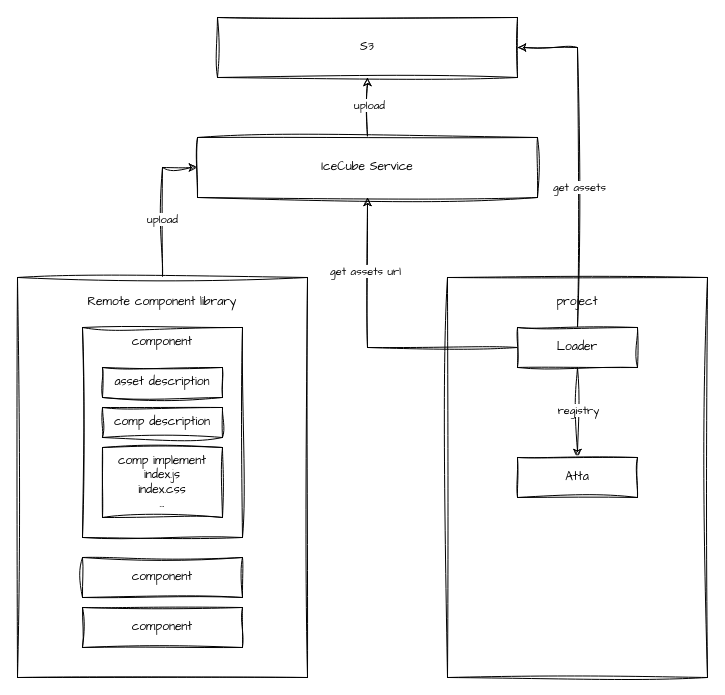
The draw.io diagram folder/remote-component.drawio in DLillard0/draw.io, before the edit. Source tidied: cells renumbered, new cells numbered last; positions are measured from the earlier drawing's top-left corner, leaving out a move shared by most shapes. Both pictures are drawn from the tidied source at 100%, with x=0, y=0 at pixel (17, 17).
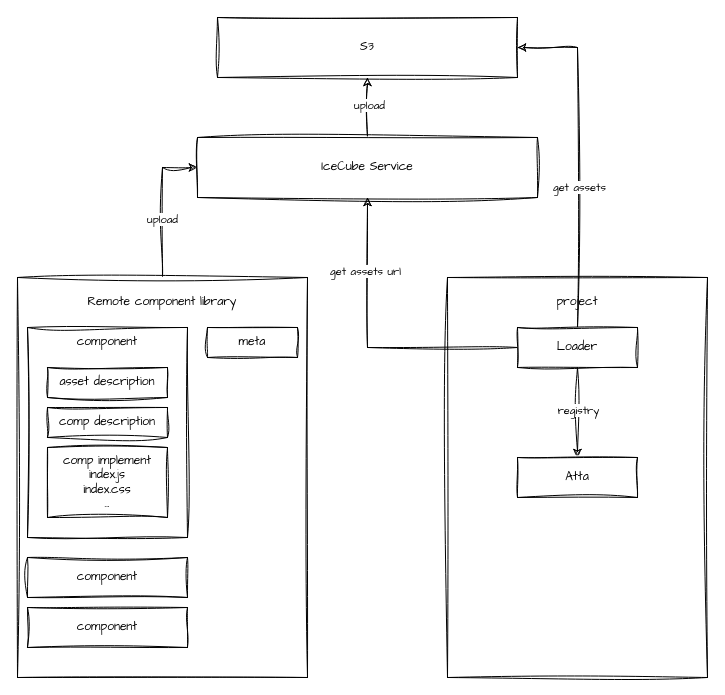
After the change.

Change to the diagram source:
```diff
@@
     <mxCell id="6" style="rounded=0;whiteSpace=wrap;html=1;sketch=1;hachureGap=4;jiggle=2;curveFitting=1;fontFamily=Architects Daughter;" parent="1" vertex="1">
-      <mxGeometry x="65" y="310" width="160" height="210" as="geometry" />
+      <mxGeometry x="10" y="310" width="160" height="210" as="geometry" />
     </mxCell>
@@
     <mxCell id="20" value="component" style="text;html=1;align=center;verticalAlign=middle;whiteSpace=wrap;rounded=0;fontFamily=Architects Daughter;" parent="1" vertex="1">
-      <mxGeometry x="115" y="310" width="60" height="30" as="geometry" />
+      <mxGeometry x="60" y="310" width="60" height="30" as="geometry" />
     </mxCell>
     <mxCell id="21" value="asset description" style="rounded=0;whiteSpace=wrap;html=1;sketch=1;hachureGap=4;jiggle=2;curveFitting=1;fontFamily=Architects Daughter;" parent="1" vertex="1">
-      <mxGeometry x="85" y="350" width="120" height="30" as="geometry" />
+      <mxGeometry x="30" y="350" width="120" height="30" as="geometry" />
     </mxCell>
     <mxCell id="22" value="comp description" style="rounded=0;whiteSpace=wrap;html=1;sketch=1;hachureGap=4;jiggle=2;curveFitting=1;fontFamily=Architects Daughter;" parent="1" vertex="1">
-      <mxGeometry x="85" y="390" width="120" height="30" as="geometry" />
+      <mxGeometry x="30" y="390" width="120" height="30" as="geometry" />
     </mxCell>
     <mxCell id="23" value="comp implement&lt;div&gt;index.js&lt;/div&gt;&lt;div&gt;index.css&lt;/div&gt;&lt;div&gt;...&lt;/div&gt;" style="rounded=0;whiteSpace=wrap;html=1;sketch=1;hachureGap=4;jiggle=2;curveFitting=1;fontFamily=Architects Daughter;" parent="1" vertex="1">
-      <mxGeometry x="85" y="430" width="120" height="70" as="geometry" />
+      <mxGeometry x="30" y="430" width="120" height="70" as="geometry" />
     </mxCell>
     <mxCell id="24" value="component" style="rounded=0;whiteSpace=wrap;html=1;sketch=1;hachureGap=4;jiggle=2;curveFitting=1;fontFamily=Architects Daughter;" parent="1" vertex="1">
-      <mxGeometry x="65" y="540" width="160" height="40" as="geometry" />
+      <mxGeometry x="10" y="540" width="160" height="40" as="geometry" />
     </mxCell>
     <mxCell id="25" value="component" style="rounded=0;whiteSpace=wrap;html=1;sketch=1;hachureGap=4;jiggle=2;curveFitting=1;fontFamily=Architects Daughter;" parent="1" vertex="1">
-      <mxGeometry x="65" y="590" width="160" height="40" as="geometry" />
+      <mxGeometry x="10" y="590" width="160" height="40" as="geometry" />
     </mxCell>
@@
+    <mxCell id="27" value="meta" style="rounded=0;whiteSpace=wrap;html=1;sketch=1;hachureGap=4;jiggle=2;curveFitting=1;fontFamily=Architects Daughter;" parent="1" vertex="1">
+      <mxGeometry x="190" y="310" width="90" height="30" as="geometry" />
+    </mxCell>
```
